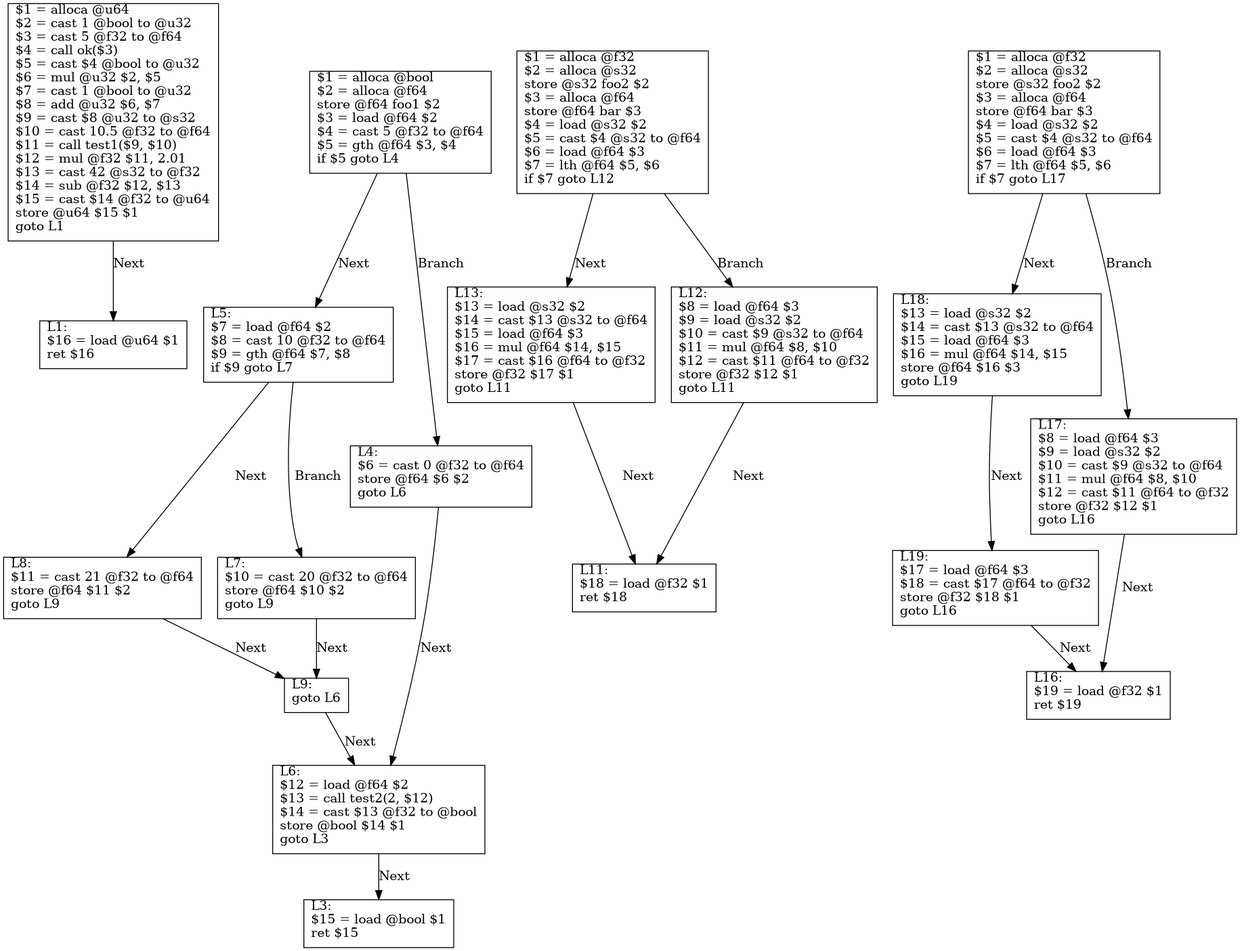
Earlier version of the Graphviz export example/test.png (Excse/arkoi_language). Its source is kept beside it as example/test.dot.
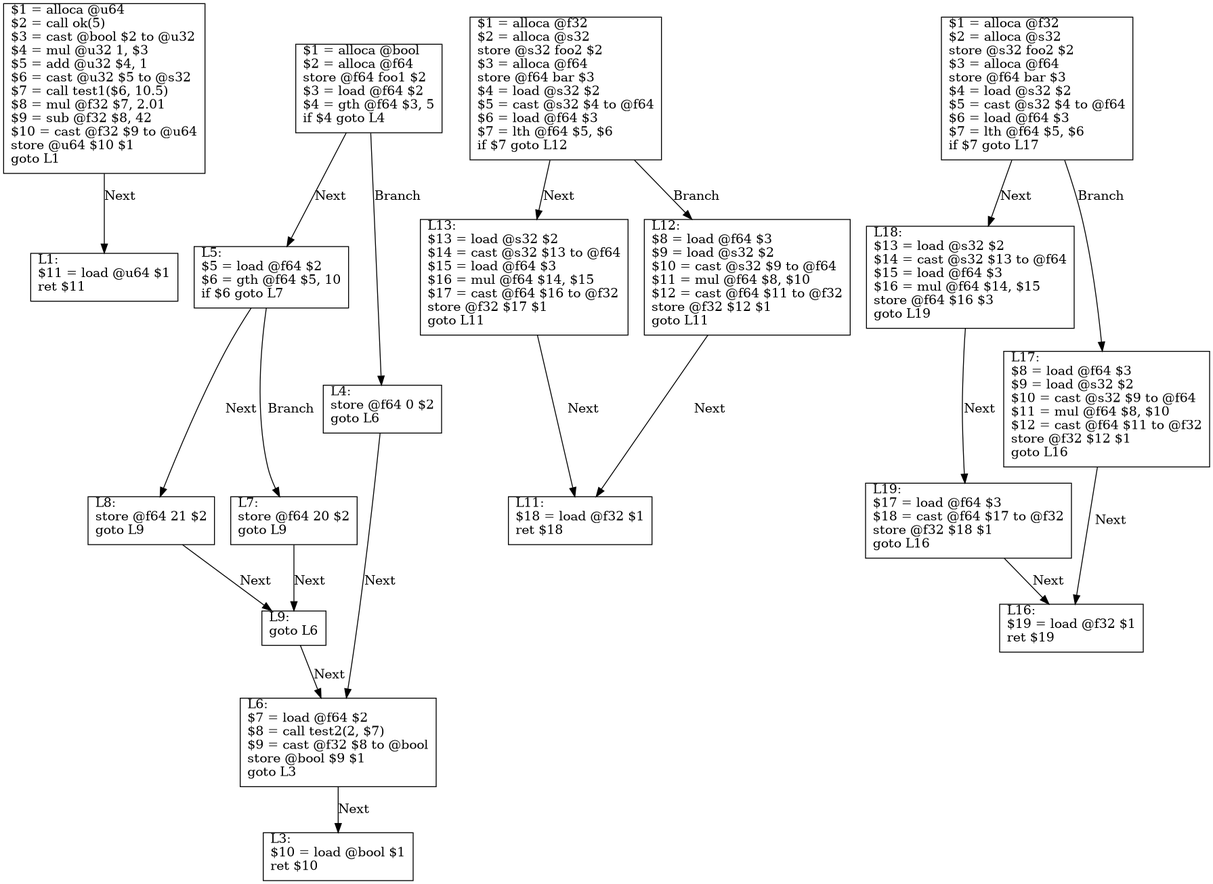
Above is the later version.

Commit message:
Added constant cast evaluation to the IL generator

The edit, as a diff of the source:
```diff
@@ -1,41 +1,41 @@
 digraph CFG {
     node [shape=box, labelloc="t", labeljust="l"]
-    L0 [label="$1 = alloca @u64\l$2 = cast 1 @bool to @u32\l$3 = cast 5 @f32 to @f64\l$4 = call ok($3)\l$5 = cast $4 @bool to @u32\l$6 = mul @u32 $2, $5\l$7 = cast 1 @bool to @u32\l$8 = add @u32 $6, $7\l$9 = cast $8 @u32 to @s32\l$10 = cast 10.5 @f32 to @f64\l$11 = call test1($9, $10)\l$12 = mul @f32 $11, 2.01\l$13 = cast 42 @s32 to @f32\l$14 = sub @f32 $12, $13\l$15 = cast $14 @f32 to @u64\lstore @u64 $15 $1\lgoto L1\l"]
+    L0 [label="$1 = alloca @u64\l$2 = call ok(5)\l$3 = cast @bool $2 to @u32\l$4 = mul @u32 1, $3\l$5 = add @u32 $4, 1\l$6 = cast @u32 $5 to @s32\l$7 = call test1($6, 10.5)\l$8 = mul @f32 $7, 2.01\l$9 = sub @f32 $8, 42\l$10 = cast @f32 $9 to @u64\lstore @u64 $10 $1\lgoto L1\l"]
     L0 -> L1 [label="Next"]
-    L1 [label="L1:\l$16 = load @u64 $1\lret $16\l"]
-    L2 [label="$1 = alloca @bool\l$2 = alloca @f64\lstore @f64 foo1 $2\l$3 = load @f64 $2\l$4 = cast 5 @f32 to @f64\l$5 = gth @f64 $3, $4\lif $5 goto L4\l"]
+    L1 [label="L1:\l$11 = load @u64 $1\lret $11\l"]
+    L2 [label="$1 = alloca @bool\l$2 = alloca @f64\lstore @f64 foo1 $2\l$3 = load @f64 $2\l$4 = gth @f64 $3, 5\lif $4 goto L4\l"]
     L2 -> L5 [label="Next"]
     L2 -> L4 [label="Branch"]
-    L4 [label="L4:\l$6 = cast 0 @f32 to @f64\lstore @f64 $6 $2\lgoto L6\l"]
-    L4 -> L6 [label="Next"]
-    L6 [label="L6:\l$12 = load @f64 $2\l$13 = call test2(2, $12)\l$14 = cast $13 @f32 to @bool\lstore @bool $14 $1\lgoto L3\l"]
-    L6 -> L3 [label="Next"]
-    L5 [label="L5:\l$7 = load @f64 $2\l$8 = cast 10 @f32 to @f64\l$9 = gth @f64 $7, $8\lif $9 goto L7\l"]
+    L5 [label="L5:\l$5 = load @f64 $2\l$6 = gth @f64 $5, 10\lif $6 goto L7\l"]
     L5 -> L8 [label="Next"]
     L5 -> L7 [label="Branch"]
-    L7 [label="L7:\l$10 = cast 20 @f32 to @f64\lstore @f64 $10 $2\lgoto L9\l"]
-    L7 -> L9 [label="Next"]
+    L8 [label="L8:\lstore @f64 21 $2\lgoto L9\l"]
+    L8 -> L9 [label="Next"]
     L9 [label="L9:\lgoto L6\l"]
     L9 -> L6 [label="Next"]
-    L8 [label="L8:\l$11 = cast 21 @f32 to @f64\lstore @f64 $11 $2\lgoto L9\l"]
-    L8 -> L9 [label="Next"]
-    L3 [label="L3:\l$15 = load @bool $1\lret $15\l"]
-    L10 [label="$1 = alloca @f32\l$2 = alloca @s32\lstore @s32 foo2 $2\l$3 = alloca @f64\lstore @f64 bar $3\l$4 = load @s32 $2\l$5 = cast $4 @s32 to @f64\l$6 = load @f64 $3\l$7 = lth @f64 $5, $6\lif $7 goto L12\l"]
+    L6 [label="L6:\l$7 = load @f64 $2\l$8 = call test2(2, $7)\l$9 = cast @f32 $8 to @bool\lstore @bool $9 $1\lgoto L3\l"]
+    L6 -> L3 [label="Next"]
+    L7 [label="L7:\lstore @f64 20 $2\lgoto L9\l"]
+    L7 -> L9 [label="Next"]
+    L4 [label="L4:\lstore @f64 0 $2\lgoto L6\l"]
+    L4 -> L6 [label="Next"]
+    L3 [label="L3:\l$10 = load @bool $1\lret $10\l"]
+    L10 [label="$1 = alloca @f32\l$2 = alloca @s32\lstore @s32 foo2 $2\l$3 = alloca @f64\lstore @f64 bar $3\l$4 = load @s32 $2\l$5 = cast @s32 $4 to @f64\l$6 = load @f64 $3\l$7 = lth @f64 $5, $6\lif $7 goto L12\l"]
     L10 -> L13 [label="Next"]
     L10 -> L12 [label="Branch"]
-    L12 [label="L12:\l$8 = load @f64 $3\l$9 = load @s32 $2\l$10 = cast $9 @s32 to @f64\l$11 = mul @f64 $8, $10\l$12 = cast $11 @f64 to @f32\lstore @f32 $12 $1\lgoto L11\l"]
+    L13 [label="L13:\l$13 = load @s32 $2\l$14 = cast @s32 $13 to @f64\l$15 = load @f64 $3\l$16 = mul @f64 $14, $15\l$17 = cast @f64 $16 to @f32\lstore @f32 $17 $1\lgoto L11\l"]
+    L13 -> L11 [label="Next"]
+    L12 [label="L12:\l$8 = load @f64 $3\l$9 = load @s32 $2\l$10 = cast @s32 $9 to @f64\l$11 = mul @f64 $8, $10\l$12 = cast @f64 $11 to @f32\lstore @f32 $12 $1\lgoto L11\l"]
     L12 -> L11 [label="Next"]
-    L13 [label="L13:\l$13 = load @s32 $2\l$14 = cast $13 @s32 to @f64\l$15 = load @f64 $3\l$16 = mul @f64 $14, $15\l$17 = cast $16 @f64 to @f32\lstore @f32 $17 $1\lgoto L11\l"]
-    L13 -> L11 [label="Next"]
     L11 [label="L11:\l$18 = load @f32 $1\lret $18\l"]
-    L15 [label="$1 = alloca @f32\l$2 = alloca @s32\lstore @s32 foo2 $2\l$3 = alloca @f64\lstore @f64 bar $3\l$4 = load @s32 $2\l$5 = cast $4 @s32 to @f64\l$6 = load @f64 $3\l$7 = lth @f64 $5, $6\lif $7 goto L17\l"]
+    L15 [label="$1 = alloca @f32\l$2 = alloca @s32\lstore @s32 foo2 $2\l$3 = alloca @f64\lstore @f64 bar $3\l$4 = load @s32 $2\l$5 = cast @s32 $4 to @f64\l$6 = load @f64 $3\l$7 = lth @f64 $5, $6\lif $7 goto L17\l"]
     L15 -> L18 [label="Next"]
     L15 -> L17 [label="Branch"]
-    L17 [label="L17:\l$8 = load @f64 $3\l$9 = load @s32 $2\l$10 = cast $9 @s32 to @f64\l$11 = mul @f64 $8, $10\l$12 = cast $11 @f64 to @f32\lstore @f32 $12 $1\lgoto L16\l"]
+    L18 [label="L18:\l$13 = load @s32 $2\l$14 = cast @s32 $13 to @f64\l$15 = load @f64 $3\l$16 = mul @f64 $14, $15\lstore @f64 $16 $3\lgoto L19\l"]
+    L18 -> L19 [label="Next"]
+    L19 [label="L19:\l$17 = load @f64 $3\l$18 = cast @f64 $17 to @f32\lstore @f32 $18 $1\lgoto L16\l"]
+    L19 -> L16 [label="Next"]
+    L17 [label="L17:\l$8 = load @f64 $3\l$9 = load @s32 $2\l$10 = cast @s32 $9 to @f64\l$11 = mul @f64 $8, $10\l$12 = cast @f64 $11 to @f32\lstore @f32 $12 $1\lgoto L16\l"]
     L17 -> L16 [label="Next"]
-    L18 [label="L18:\l$13 = load @s32 $2\l$14 = cast $13 @s32 to @f64\l$15 = load @f64 $3\l$16 = mul @f64 $14, $15\lstore @f64 $16 $3\lgoto L19\l"]
-    L18 -> L19 [label="Next"]
-    L19 [label="L19:\l$17 = load @f64 $3\l$18 = cast $17 @f64 to @f32\lstore @f32 $18 $1\lgoto L16\l"]
-    L19 -> L16 [label="Next"]
     L16 [label="L16:\l$19 = load @f32 $1\lret $19\l"]
 }
```
